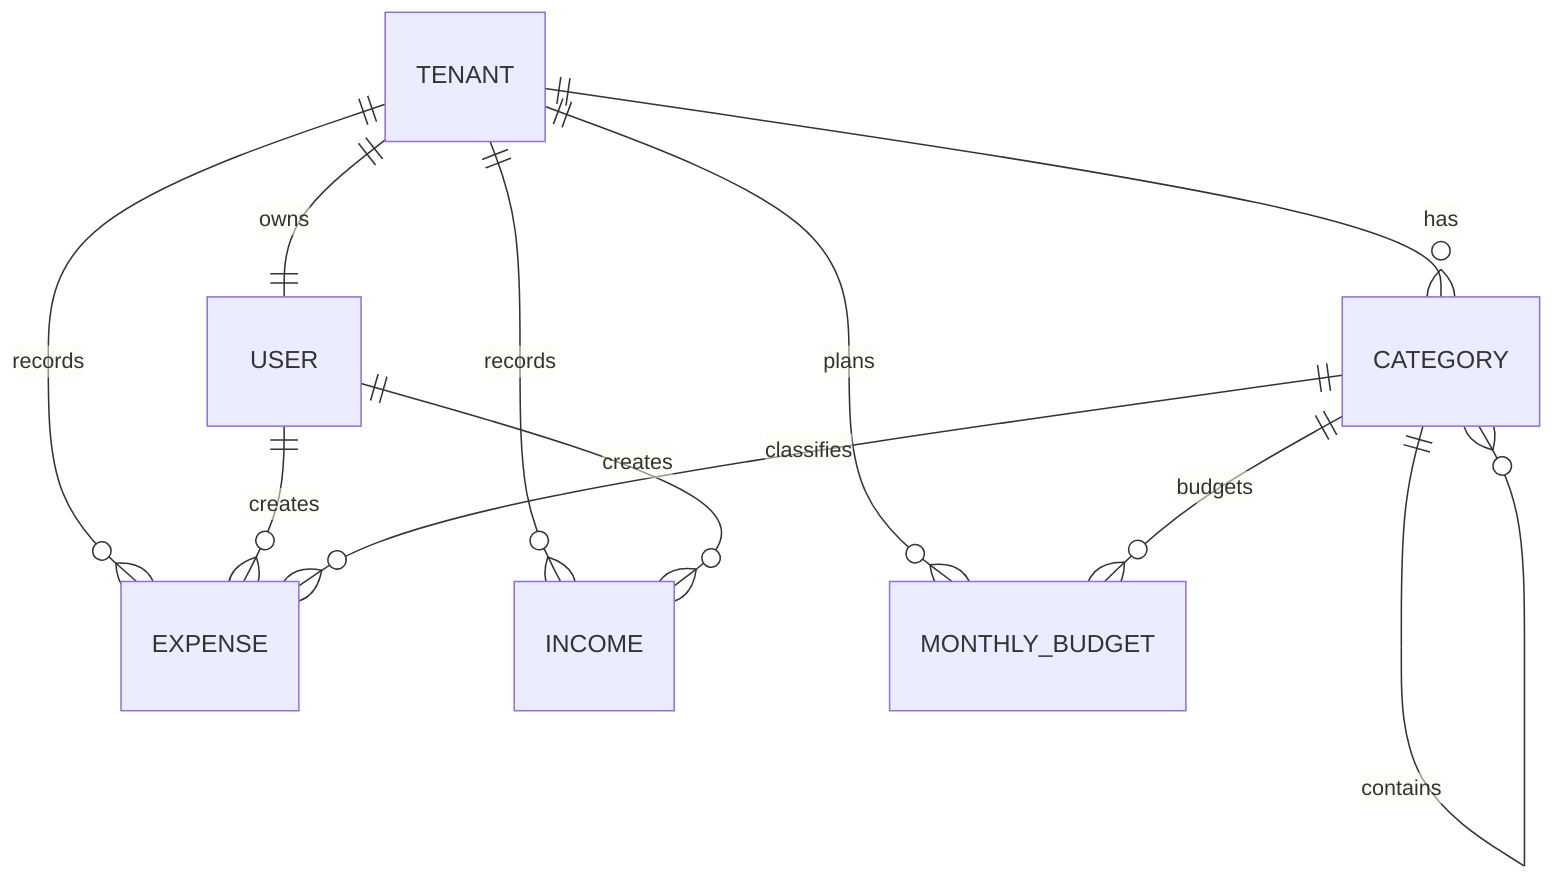
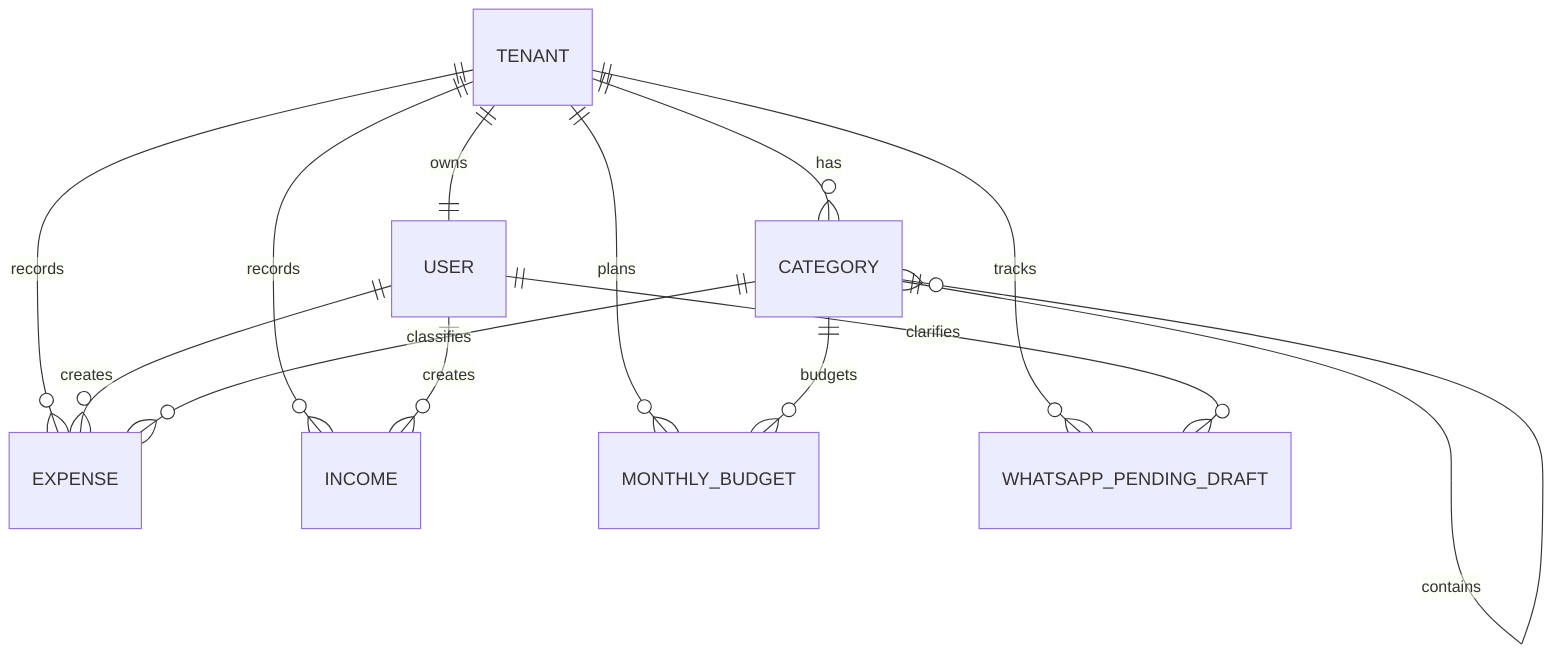
erDiagram
  TENANT ||--|| USER : owns
  TENANT ||--o{ CATEGORY : has
  TENANT ||--o{ EXPENSE : records
  TENANT ||--o{ INCOME : records
  TENANT ||--o{ MONTHLY_BUDGET : plans
+   TENANT ||--o{ WHATSAPP_PENDING_DRAFT : tracks
  USER ||--o{ EXPENSE : creates
  USER ||--o{ INCOME : creates
+   USER ||--o{ WHATSAPP_PENDING_DRAFT : clarifies
  CATEGORY ||--o{ CATEGORY : contains
  CATEGORY ||--o{ EXPENSE : classifies
  CATEGORY ||--o{ MONTHLY_BUDGET : budgets
